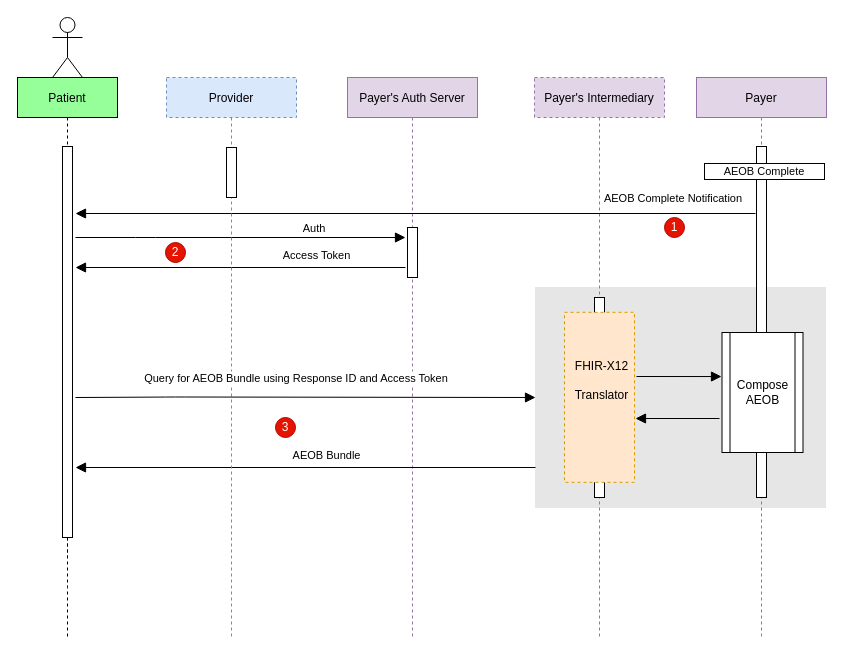
Earlier version of the draw.io diagram input/images/GetAEOB.drawio (HL7/davinci-pct). Source tidied: cells renumbered, new cells numbered last; positions are measured from the earlier drawing's top-left corner, leaving out a move shared by most shapes. Both pictures are drawn from the tidied source at 100%, with x=0, y=0 at pixel (17, 17).
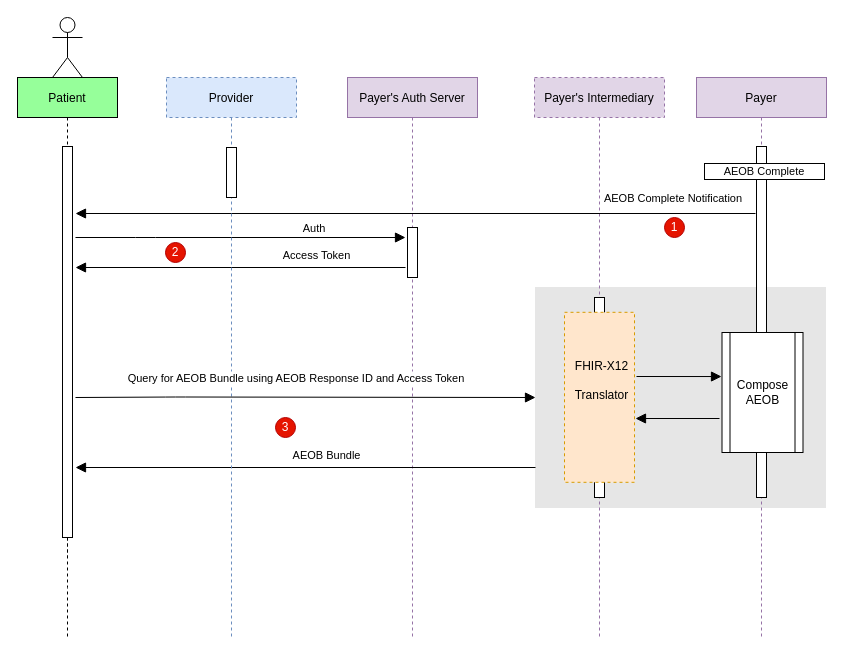
Above is the later version.

Commit message (it also covers changes not shown here):
updated use case page

Change to the diagram source:
```diff
@@
-    <mxCell id="31" value="Query for AEOB Bundle using Response ID and Access Token" style="verticalAlign=bottom;endArrow=block;shadow=0;strokeWidth=1;endSize=8;" parent="1" edge="1">
+    <mxCell id="31" value="Query for AEOB Bundle using AEOB Response ID and Access Token" style="verticalAlign=bottom;endArrow=block;shadow=0;strokeWidth=1;endSize=8;" parent="1" edge="1">
       <mxGeometry x="-0.04" y="10" relative="1" as="geometry">
         <mxPoint x="58" y="380" as="sourcePoint" />
         <mxPoint x="518" y="380" as="targetPoint" />
         <Array as="points">
           <mxPoint x="158" y="379.5" />
         </Array>
       </mxGeometry>
     </mxCell>
```
